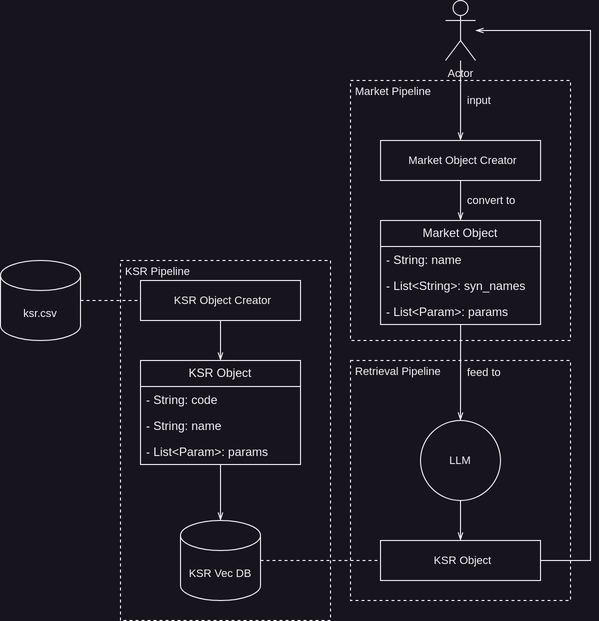
Earlier version of the draw.io export src/Full.png (pechkaeltsin/market2ksr). Source tidied: cells renumbered, new cells last; positions are measured from the earlier drawing's top-left corner, leaving out a move shared by most shapes.
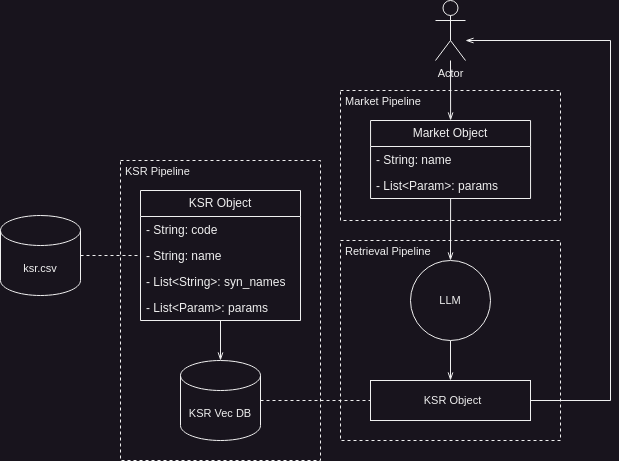
After the change.

The edit, as a diff of the source:
```diff
@@ -3,90 +3,78 @@
     <mxCell id="0" />
     <mxCell id="1" parent="0" />
     <mxCell id="2" value="Market Pipeline" style="rounded=0;whiteSpace=wrap;html=1;fontFamily=Helvetica;fontSize=11;fontColor=default;labelBackgroundColor=none;dashed=1;fillColor=none;align=left;verticalAlign=top;spacingLeft=5;spacing=0;" parent="1" vertex="1">
-      <mxGeometry x="350" y="80" width="220" height="260" as="geometry" />
+      <mxGeometry x="320" y="250" width="220" height="130" as="geometry" />
     </mxCell>
     <mxCell id="3" value="KSR Pipeline" style="rounded=0;whiteSpace=wrap;html=1;fontFamily=Helvetica;fontSize=11;fontColor=default;labelBackgroundColor=none;dashed=1;fillColor=none;align=left;verticalAlign=top;spacingLeft=5;spacing=0;" parent="1" vertex="1">
-      <mxGeometry x="120" y="260" width="210" height="360" as="geometry" />
+      <mxGeometry x="100" y="320" width="200" height="300" as="geometry" />
     </mxCell>
     <mxCell id="4" value="Retrieval Pipeline" style="rounded=0;whiteSpace=wrap;html=1;fontFamily=Helvetica;fontSize=11;fontColor=default;labelBackgroundColor=none;dashed=1;fillColor=none;align=left;verticalAlign=top;spacingLeft=5;spacing=0;" parent="1" vertex="1">
-      <mxGeometry x="350" y="360" width="220" height="240" as="geometry" />
+      <mxGeometry x="320" y="400" width="220" height="200" as="geometry" />
     </mxCell>
-    <mxCell id="5" style="edgeStyle=orthogonalEdgeStyle;rounded=0;jumpStyle=arc;jumpSize=6;jettySize=auto;html=1;strokeColor=default;strokeWidth=1;align=center;verticalAlign=middle;fontFamily=Helvetica;fontSize=11;fontColor=default;labelBackgroundColor=none;endArrow=none;endFill=0;dashed=1;" parent="1" edge="1" source="6" target="24">
+    <mxCell id="5" style="edgeStyle=orthogonalEdgeStyle;rounded=0;jumpStyle=arc;jumpSize=6;jettySize=auto;html=1;strokeColor=default;strokeWidth=1;align=center;verticalAlign=middle;fontFamily=Helvetica;fontSize=11;fontColor=default;labelBackgroundColor=none;endArrow=none;endFill=0;dashed=1;" parent="1" edge="1" source="6" target="8">
       <mxGeometry relative="1" as="geometry" />
     </mxCell>
     <mxCell id="6" value="ksr.csv" style="shape=cylinder3;whiteSpace=wrap;html=1;boundedLbl=1;backgroundOutline=1;size=15;fontFamily=Helvetica;fontSize=11;fontColor=default;labelBackgroundColor=none;" parent="1" vertex="1">
-      <mxGeometry y="260" width="80" height="80" as="geometry" />
+      <mxGeometry x="-20" y="375" width="80" height="80" as="geometry" />
     </mxCell>
     <mxCell id="7" style="edgeStyle=orthogonalEdgeStyle;rounded=0;jettySize=auto;html=1;strokeColor=default;align=center;verticalAlign=middle;fontFamily=Helvetica;fontSize=11;fontColor=default;labelBackgroundColor=none;endArrow=openThin;endFill=0;" parent="1" edge="1" source="8" target="22">
       <mxGeometry relative="1" as="geometry" />
     </mxCell>
-    <mxCell id="8" value="KSR Object" style="swimlane;fontStyle=0;horizontal=1;startSize=26;fillColor=none;whiteSpace=wrap;html=1;" parent="1" vertex="1">
-      <mxGeometry x="140" y="360" width="160" height="104" as="geometry" />
-    </mxCell>
-    <mxCell id="9" value="- String: code" style="text;strokeColor=none;fillColor=none;align=left;verticalAlign=top;spacingLeft=4;spacingRight=4;overflow=hidden;whiteSpace=wrap;html=1;" parent="8" vertex="1">
-      <mxGeometry y="26" width="160" height="26" as="geometry" />
-    </mxCell>
-    <mxCell id="10" value="- String: name" style="text;strokeColor=none;fillColor=none;align=left;verticalAlign=top;spacingLeft=4;spacingRight=4;overflow=hidden;whiteSpace=wrap;html=1;" parent="8" vertex="1">
-      <mxGeometry y="52" width="160" height="26" as="geometry" />
-    </mxCell>
-    <mxCell id="11" value="- List&amp;lt;Param&amp;gt;: params&lt;pre class=&quot;code pycon literal-block&quot;&gt;&lt;span class=&quot;p&quot;&gt;&lt;/span&gt;&lt;/pre&gt;" style="text;strokeColor=none;fillColor=none;align=left;verticalAlign=top;spacingLeft=4;spacingRight=4;overflow=hidden;whiteSpace=wrap;html=1;" parent="8" vertex="1">
-      <mxGeometry y="78" width="160" height="26" as="geometry" />
-    </mxCell>
-    <mxCell id="12" value="convert to" style="edgeStyle=orthogonalEdgeStyle;rounded=0;jettySize=auto;html=1;strokeColor=default;align=left;verticalAlign=middle;fontFamily=Helvetica;fontSize=11;fontColor=default;labelBackgroundColor=none;endArrow=openThin;endFill=0;spacingLeft=5;" parent="1" edge="1" source="13" target="15">
-      <mxGeometry relative="1" as="geometry" />
-    </mxCell>
-    <mxCell id="13" value="Market Object Creator" style="rounded=0;whiteSpace=wrap;html=1;fontFamily=Helvetica;fontSize=11;fontColor=default;labelBackgroundColor=none;fillColor=none;align=center;verticalAlign=middle;spacingLeft=5;spacing=0;" parent="1" vertex="1">
-      <mxGeometry x="380.1" y="140" width="160" height="40" as="geometry" />
-    </mxCell>
-    <mxCell id="14" value="feed to" style="edgeStyle=orthogonalEdgeStyle;rounded=0;jumpStyle=arc;jumpSize=6;jettySize=auto;html=1;strokeColor=default;strokeWidth=1;align=left;verticalAlign=middle;fontFamily=Helvetica;fontSize=11;fontColor=default;labelBackgroundColor=none;endArrow=openThin;endFill=0;spacingLeft=5;" parent="1" edge="1" source="15" target="26">
+    <mxCell id="14" style="edgeStyle=orthogonalEdgeStyle;rounded=0;jumpStyle=arc;jumpSize=6;jettySize=auto;html=1;strokeColor=default;strokeWidth=1;align=left;verticalAlign=middle;fontFamily=Helvetica;fontSize=11;fontColor=default;labelBackgroundColor=none;endArrow=openThin;endFill=0;spacingLeft=5;" parent="1" edge="1" source="15" target="26">
       <mxGeometry relative="1" as="geometry" />
     </mxCell>
-    <mxCell id="15" value="Market Object" style="swimlane;fontStyle=0;horizontal=1;startSize=26;fillColor=none;whiteSpace=wrap;html=1;" parent="1" vertex="1">
-      <mxGeometry x="380.1" y="220" width="160" height="104" as="geometry" />
-    </mxCell>
-    <mxCell id="16" value="- String: name" style="text;strokeColor=none;fillColor=none;align=left;verticalAlign=top;spacingLeft=4;spacingRight=4;overflow=hidden;whiteSpace=wrap;html=1;" parent="15" vertex="1">
-      <mxGeometry y="26" width="160" height="26" as="geometry" />
-    </mxCell>
-    <mxCell id="17" value="- List&amp;lt;String&amp;gt;: syn_names" style="text;strokeColor=none;fillColor=none;align=left;verticalAlign=top;spacingLeft=4;spacingRight=4;overflow=hidden;whiteSpace=wrap;html=1;" parent="15" vertex="1">
-      <mxGeometry y="52" width="160" height="26" as="geometry" />
-    </mxCell>
-    <mxCell id="18" value="- List&amp;lt;Param&amp;gt;: params&lt;pre class=&quot;code pycon literal-block&quot;&gt;&lt;span class=&quot;p&quot;&gt;&lt;/span&gt;&lt;/pre&gt;" style="text;strokeColor=none;fillColor=none;align=left;verticalAlign=top;spacingLeft=4;spacingRight=4;overflow=hidden;whiteSpace=wrap;html=1;" parent="15" vertex="1">
-      <mxGeometry y="78" width="160" height="26" as="geometry" />
-    </mxCell>
-    <mxCell id="19" value="input" style="edgeStyle=orthogonalEdgeStyle;rounded=0;jumpStyle=arc;jumpSize=6;jettySize=auto;html=1;strokeColor=default;strokeWidth=1;align=left;verticalAlign=middle;fontFamily=Helvetica;fontSize=11;fontColor=default;labelBackgroundColor=none;endArrow=openThin;endFill=0;spacingLeft=5;" parent="1" edge="1" source="20" target="13">
+    <mxCell id="19" style="edgeStyle=orthogonalEdgeStyle;rounded=0;jumpStyle=arc;jumpSize=6;jettySize=auto;html=1;strokeColor=default;strokeWidth=1;align=left;verticalAlign=middle;fontFamily=Helvetica;fontSize=11;fontColor=default;labelBackgroundColor=none;endArrow=openThin;endFill=0;spacingLeft=5;" parent="1" edge="1" source="20" target="15">
       <mxGeometry relative="1" as="geometry" />
     </mxCell>
     <mxCell id="20" value="Actor" style="shape=umlActor;verticalLabelPosition=bottom;verticalAlign=top;html=1;outlineConnect=0;fontFamily=Helvetica;fontSize=11;fontColor=default;labelBackgroundColor=none;" parent="1" vertex="1">
-      <mxGeometry x="445.1" width="30" height="60" as="geometry" />
+      <mxGeometry x="415" y="160" width="30" height="60" as="geometry" />
     </mxCell>
     <mxCell id="21" style="edgeStyle=orthogonalEdgeStyle;rounded=0;jumpStyle=arc;jumpSize=6;jettySize=auto;html=1;strokeColor=default;strokeWidth=1;align=center;verticalAlign=middle;fontFamily=Helvetica;fontSize=11;fontColor=default;labelBackgroundColor=none;endArrow=none;endFill=0;dashed=1;" parent="1" edge="1" source="22" target="28">
       <mxGeometry relative="1" as="geometry" />
     </mxCell>
     <mxCell id="22" value="KSR Vec DB" style="shape=cylinder3;whiteSpace=wrap;html=1;boundedLbl=1;backgroundOutline=1;size=15;fontFamily=Helvetica;fontSize=11;fontColor=default;labelBackgroundColor=none;" parent="1" vertex="1">
-      <mxGeometry x="180" y="520" width="80" height="80" as="geometry" />
+      <mxGeometry x="160" y="520" width="80" height="80" as="geometry" />
     </mxCell>
-    <mxCell id="23" style="edgeStyle=orthogonalEdgeStyle;rounded=0;jettySize=auto;html=1;strokeColor=default;align=center;verticalAlign=middle;fontFamily=Helvetica;fontSize=11;fontColor=default;labelBackgroundColor=none;endArrow=openThin;endFill=0;" parent="1" edge="1" source="24" target="8">
-      <mxGeometry relative="1" as="geometry" />
-    </mxCell>
-    <mxCell id="24" value="KSR Object Creator" style="rounded=0;whiteSpace=wrap;html=1;fontFamily=Helvetica;fontSize=11;fontColor=default;labelBackgroundColor=none;fillColor=none;align=center;verticalAlign=middle;spacingLeft=5;spacing=0;" parent="1" vertex="1">
-      <mxGeometry x="140" y="280" width="160" height="40" as="geometry" />
-    </mxCell>
     <mxCell id="25" style="edgeStyle=orthogonalEdgeStyle;rounded=0;jettySize=auto;html=1;strokeColor=default;align=center;verticalAlign=middle;fontFamily=Helvetica;fontSize=11;fontColor=default;labelBackgroundColor=none;endArrow=openThin;endFill=0;" parent="1" edge="1" source="26" target="28">
       <mxGeometry relative="1" as="geometry" />
     </mxCell>
     <mxCell id="26" value="LLM" style="ellipse;whiteSpace=wrap;html=1;fontFamily=Helvetica;fontSize=11;fontColor=default;labelBackgroundColor=none;" parent="1" vertex="1">
-      <mxGeometry x="420" y="420" width="80" height="80" as="geometry" />
+      <mxGeometry x="390" y="420" width="80" height="80" as="geometry" />
     </mxCell>
     <mxCell id="27" style="edgeStyle=orthogonalEdgeStyle;rounded=0;jumpStyle=arc;jumpSize=6;jettySize=auto;html=1;strokeColor=default;strokeWidth=1;align=center;verticalAlign=middle;fontFamily=Helvetica;fontSize=11;fontColor=default;labelBackgroundColor=none;endArrow=openThin;endFill=0;" parent="1" edge="1" source="28" target="20">
       <mxGeometry relative="1" as="geometry">
         <Array as="points">
           <mxPoint x="590" y="560" />
-          <mxPoint x="590" y="30" />
+          <mxPoint x="590" y="200" />
         </Array>
       </mxGeometry>
     </mxCell>
     <mxCell id="28" value="KSR Object" style="rounded=0;whiteSpace=wrap;html=1;fontFamily=Helvetica;fontSize=11;fontColor=default;labelBackgroundColor=none;fillColor=none;align=center;verticalAlign=middle;spacingLeft=5;spacing=0;" parent="1" vertex="1">
-      <mxGeometry x="380" y="540" width="160" height="40" as="geometry" />
+      <mxGeometry x="350" y="540" width="160" height="40" as="geometry" />
     </mxCell>
+    <mxCell id="15" value="Market Object" style="swimlane;fontStyle=0;horizontal=1;startSize=26;fillColor=none;whiteSpace=wrap;html=1;" parent="1" vertex="1">
+      <mxGeometry x="350.1" y="280" width="160" height="78" as="geometry" />
+    </mxCell>
+    <mxCell id="16" value="- String: name" style="text;strokeColor=none;fillColor=none;align=left;verticalAlign=top;spacingLeft=4;spacingRight=4;overflow=hidden;whiteSpace=wrap;html=1;" parent="15" vertex="1">
+      <mxGeometry y="26" width="160" height="26" as="geometry" />
+    </mxCell>
+    <mxCell id="29" value="- List&amp;lt;Param&amp;gt;: params&lt;pre class=&quot;code pycon literal-block&quot;&gt;&lt;span class=&quot;p&quot;&gt;&lt;/span&gt;&lt;/pre&gt;" style="text;strokeColor=none;fillColor=none;align=left;verticalAlign=top;spacingLeft=4;spacingRight=4;overflow=hidden;whiteSpace=wrap;html=1;" parent="15" vertex="1">
+      <mxGeometry y="52" width="160" height="26" as="geometry" />
+    </mxCell>
+    <mxCell id="8" value="KSR Object" style="swimlane;fontStyle=0;horizontal=1;startSize=26;fillColor=none;whiteSpace=wrap;html=1;" parent="1" vertex="1">
+      <mxGeometry x="120" y="350" width="160" height="130" as="geometry" />
+    </mxCell>
+    <mxCell id="9" value="- String: code" style="text;strokeColor=none;fillColor=none;align=left;verticalAlign=top;spacingLeft=4;spacingRight=4;overflow=hidden;whiteSpace=wrap;html=1;" parent="8" vertex="1">
+      <mxGeometry y="26" width="160" height="26" as="geometry" />
+    </mxCell>
+    <mxCell id="10" value="- String: name" style="text;strokeColor=none;fillColor=none;align=left;verticalAlign=top;spacingLeft=4;spacingRight=4;overflow=hidden;whiteSpace=wrap;html=1;" parent="8" vertex="1">
+      <mxGeometry y="52" width="160" height="26" as="geometry" />
+    </mxCell>
+    <mxCell id="17" value="- List&amp;lt;String&amp;gt;: syn_names" style="text;strokeColor=none;fillColor=none;align=left;verticalAlign=top;spacingLeft=4;spacingRight=4;overflow=hidden;whiteSpace=wrap;html=1;" parent="8" vertex="1">
+      <mxGeometry y="78" width="160" height="26" as="geometry" />
+    </mxCell>
+    <mxCell id="30" value="- List&amp;lt;Param&amp;gt;: params&lt;pre class=&quot;code pycon literal-block&quot;&gt;&lt;span class=&quot;p&quot;&gt;&lt;/span&gt;&lt;/pre&gt;" style="text;strokeColor=none;fillColor=none;align=left;verticalAlign=top;spacingLeft=4;spacingRight=4;overflow=hidden;whiteSpace=wrap;html=1;" parent="8" vertex="1">
+      <mxGeometry y="104" width="160" height="26" as="geometry" />
+    </mxCell>
   </root>
 </mxGraphModel>
```
